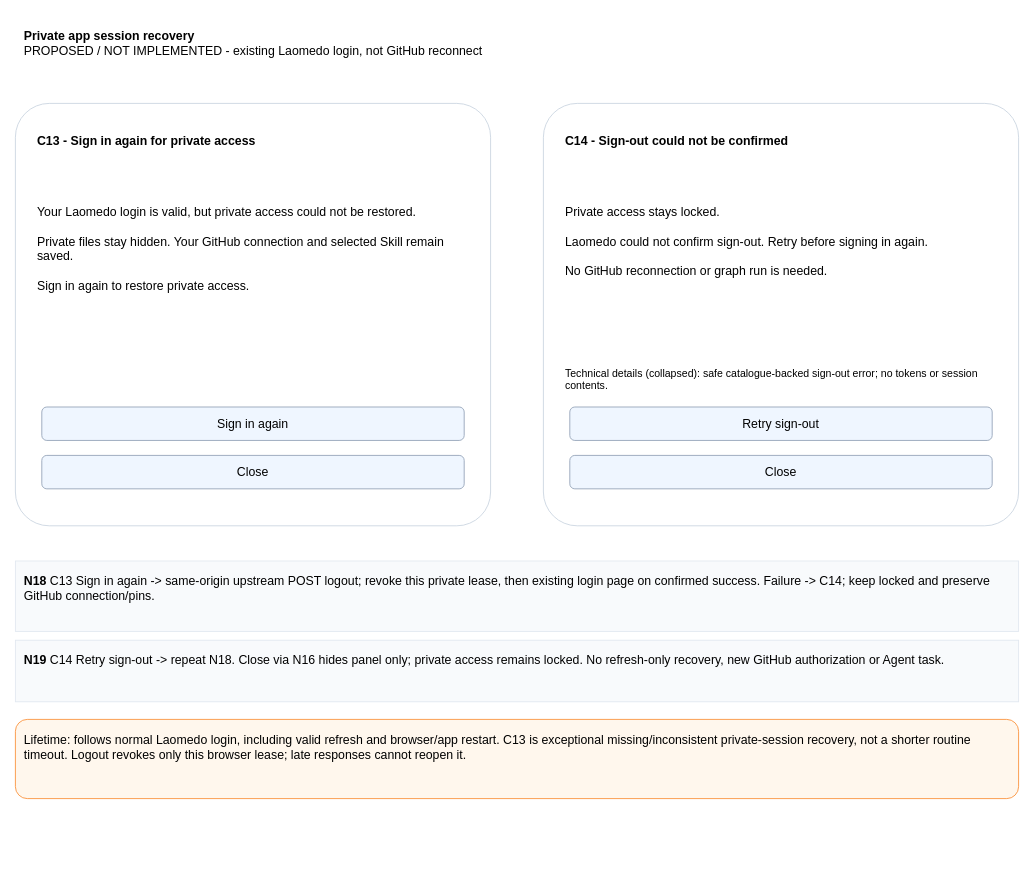
Earlier version of the draw.io diagram page "Private app session recovery" (9 of 9) of projects/laomedo/subsystems/agent-execution/design/github-account-connections.drawio (amadou-6e/specs). Source tidied: cells renumbered, new cells numbered last; positions are measured from the earlier drawing's top-left corner, leaving out a move shared by most shapes. Both pictures are drawn from the tidied source at 88%, with x=0, y=0 at pixel (15, 15).
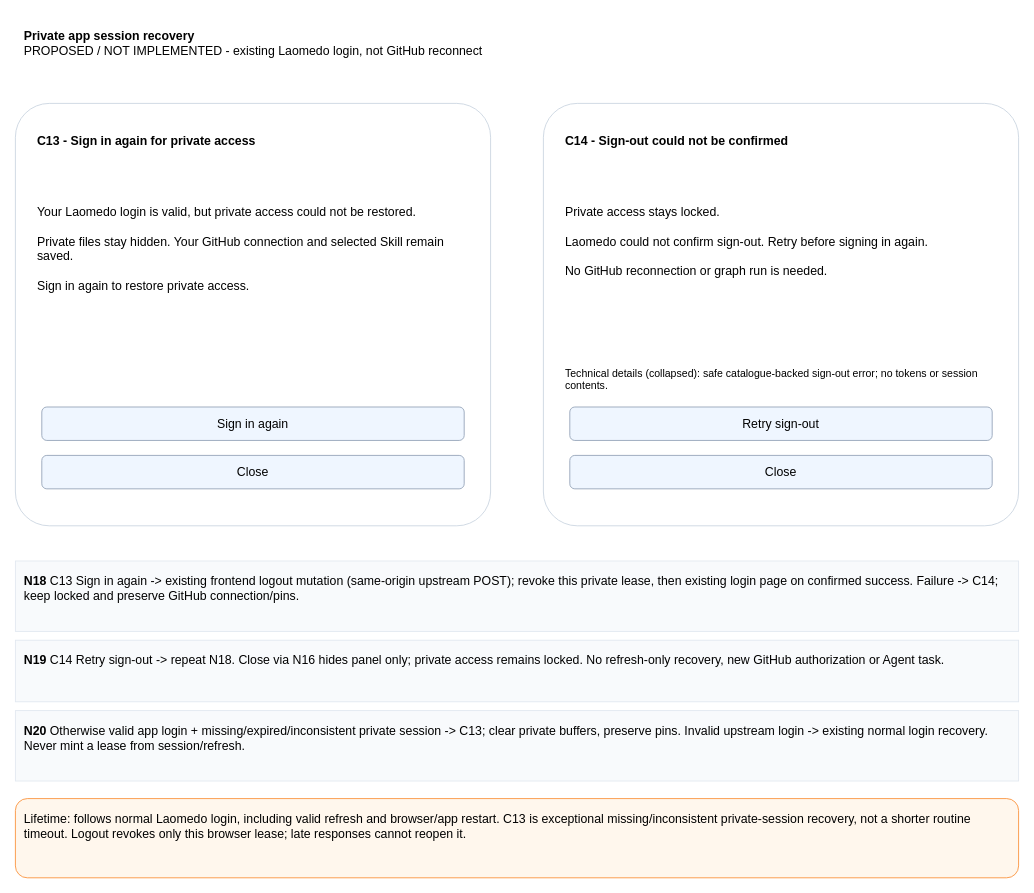
The same diagram, later.

Commit message (it also covers changes not shown here):
docs: record reviewed login recovery triggers and gates

What changed in the source:
```diff
@@
 <mxGraphModel>
   <root>
     <mxCell id="0" />
     <mxCell id="1" parent="0" />
     <mxCell id="2" value="&lt;b&gt;Private app session recovery&lt;/b&gt;&lt;br&gt;PROPOSED / NOT IMPLEMENTED - existing Laomedo login, not GitHub reconnect" style="whiteSpace=wrap;html=1;fontFamily=Arial;fontSize=14;align=left;verticalAlign=top;spacing=10;strokeColor=none;fillColor=none;" parent="1" vertex="1">
       <mxGeometry width="1140" height="70" as="geometry" />
     </mxCell>
     <mxCell id="3" style="whiteSpace=wrap;html=1;fontFamily=Arial;fontSize=14;align=left;verticalAlign=top;spacing=10;rounded=1;fillColor=#FFFFFF;strokeColor=#CBD5E1;arcSize=8;" parent="1" vertex="1">
       <mxGeometry y="100" width="540" height="480" as="geometry" />
     </mxCell>
     <mxCell id="4" value="&lt;b&gt;C13 - Sign in again for private access&lt;/b&gt;" style="whiteSpace=wrap;html=1;fontFamily=Arial;fontSize=14;align=left;verticalAlign=top;spacing=10;strokeColor=none;fillColor=none;" parent="1" vertex="1">
       <mxGeometry x="15" y="120" width="510" height="65" as="geometry" />
     </mxCell>
     <mxCell id="5" value="Your Laomedo login is valid, but private access could not be restored.&lt;br&gt;&lt;br&gt;Private files stay hidden. Your GitHub connection and selected Skill remain saved.&lt;br&gt;&lt;br&gt;Sign in again to restore private access." style="whiteSpace=wrap;html=1;fontFamily=Arial;fontSize=14;align=left;verticalAlign=top;spacing=10;strokeColor=none;fillColor=none;" parent="1" vertex="1">
       <mxGeometry x="15" y="200" width="510" height="180" as="geometry" />
     </mxCell>
     <mxCell id="6" value="Sign in again" style="whiteSpace=wrap;html=1;fontFamily=Arial;fontSize=14;align=left;verticalAlign=top;spacing=10;rounded=1;align=center;verticalAlign=middle;fillColor=#EFF6FF;strokeColor=#94A3B8;" parent="1" vertex="1">
       <mxGeometry x="30" y="445" width="480" height="38" as="geometry" />
     </mxCell>
     <mxCell id="7" value="Close" style="whiteSpace=wrap;html=1;fontFamily=Arial;fontSize=14;align=left;verticalAlign=top;spacing=10;rounded=1;align=center;verticalAlign=middle;fillColor=#EFF6FF;strokeColor=#94A3B8;" parent="1" vertex="1">
       <mxGeometry x="30" y="500" width="480" height="38" as="geometry" />
     </mxCell>
     <mxCell id="8" style="whiteSpace=wrap;html=1;fontFamily=Arial;fontSize=14;align=left;verticalAlign=top;spacing=10;rounded=1;fillColor=#FFFFFF;strokeColor=#CBD5E1;arcSize=8;" parent="1" vertex="1">
       <mxGeometry x="600" y="100" width="540" height="480" as="geometry" />
     </mxCell>
     <mxCell id="9" value="&lt;b&gt;C14 - Sign-out could not be confirmed&lt;/b&gt;" style="whiteSpace=wrap;html=1;fontFamily=Arial;fontSize=14;align=left;verticalAlign=top;spacing=10;strokeColor=none;fillColor=none;" parent="1" vertex="1">
       <mxGeometry x="615" y="120" width="510" height="65" as="geometry" />
     </mxCell>
     <mxCell id="10" value="Private access stays locked.&lt;br&gt;&lt;br&gt;Laomedo could not confirm sign-out. Retry before signing in again.&lt;br&gt;&lt;br&gt;No GitHub reconnection or graph run is needed." style="whiteSpace=wrap;html=1;fontFamily=Arial;fontSize=14;align=left;verticalAlign=top;spacing=10;strokeColor=none;fillColor=none;" parent="1" vertex="1">
       <mxGeometry x="615" y="200" width="510" height="180" as="geometry" />
     </mxCell>
     <mxCell id="11" value="Technical details (collapsed): safe catalogue-backed sign-out error; no tokens or session contents." style="whiteSpace=wrap;html=1;fontFamily=Arial;fontSize=14;align=left;verticalAlign=top;spacing=10;fontSize=12;strokeColor=none;fillColor=none;" parent="1" vertex="1">
       <mxGeometry x="615" y="385" width="510" height="45" as="geometry" />
     </mxCell>
     <mxCell id="12" value="Retry sign-out" style="whiteSpace=wrap;html=1;fontFamily=Arial;fontSize=14;align=left;verticalAlign=top;spacing=10;rounded=1;align=center;verticalAlign=middle;fillColor=#EFF6FF;strokeColor=#94A3B8;" parent="1" vertex="1">
       <mxGeometry x="630" y="445" width="480" height="38" as="geometry" />
     </mxCell>
     <mxCell id="13" value="Close" style="whiteSpace=wrap;html=1;fontFamily=Arial;fontSize=14;align=left;verticalAlign=top;spacing=10;rounded=1;align=center;verticalAlign=middle;fillColor=#EFF6FF;strokeColor=#94A3B8;" parent="1" vertex="1">
       <mxGeometry x="630" y="500" width="480" height="38" as="geometry" />
     </mxCell>
-    <mxCell id="14" value="&lt;b&gt;N18&lt;/b&gt; C13 Sign in again -&gt; same-origin upstream POST logout; revoke this private lease, then existing login page on confirmed success. Failure -&gt; C14; keep locked and preserve GitHub connection/pins." style="whiteSpace=wrap;html=1;fontFamily=Arial;fontSize=14;align=left;verticalAlign=top;spacing=10;fillColor=#F8FAFC;strokeColor=#E2E8F0;" parent="1" vertex="1">
+    <mxCell id="14" value="&lt;b&gt;N18&lt;/b&gt; C13 Sign in again -&gt; existing frontend logout mutation (same-origin upstream POST); revoke this private lease, then existing login page on confirmed success. Failure -&gt; C14; keep locked and preserve GitHub connection/pins." style="whiteSpace=wrap;html=1;fontFamily=Arial;fontSize=14;align=left;verticalAlign=top;spacing=10;fillColor=#F8FAFC;strokeColor=#E2E8F0;" parent="1" vertex="1">
       <mxGeometry y="620" width="1140" height="80" as="geometry" />
     </mxCell>
     <mxCell id="15" value="&lt;b&gt;N19&lt;/b&gt; C14 Retry sign-out -&gt; repeat N18. Close via N16 hides panel only; private access remains locked. No refresh-only recovery, new GitHub authorization or Agent task." style="whiteSpace=wrap;html=1;fontFamily=Arial;fontSize=14;align=left;verticalAlign=top;spacing=10;fillColor=#F8FAFC;strokeColor=#E2E8F0;" parent="1" vertex="1">
       <mxGeometry y="710" width="1140" height="70" as="geometry" />
     </mxCell>
     <mxCell id="16" value="Lifetime: follows normal Laomedo login, including valid refresh and browser/app restart. C13 is exceptional missing/inconsistent private-session recovery, not a shorter routine timeout. Logout revokes only this browser lease; late responses cannot reopen it." style="whiteSpace=wrap;html=1;fontFamily=Arial;fontSize=14;align=left;verticalAlign=top;spacing=10;rounded=1;fillColor=#FFF7ED;strokeColor=#FB923C;" parent="1" vertex="1">
-      <mxGeometry y="800" width="1140" height="90" as="geometry" />
+      <mxGeometry y="890" width="1140" height="90" as="geometry" />
     </mxCell>
+    <mxCell id="17" value="&lt;b&gt;N20&lt;/b&gt; Otherwise valid app login + missing/expired/inconsistent private session -&gt; C13; clear private buffers, preserve pins. Invalid upstream login -&gt; existing normal login recovery. Never mint a lease from session/refresh." style="whiteSpace=wrap;html=1;fontFamily=Arial;fontSize=14;align=left;verticalAlign=top;spacing=10;fillColor=#F8FAFC;strokeColor=#E2E8F0;" parent="1" vertex="1">
+      <mxGeometry y="790" width="1140" height="80" as="geometry" />
+    </mxCell>
   </root>
 </mxGraphModel>
```
